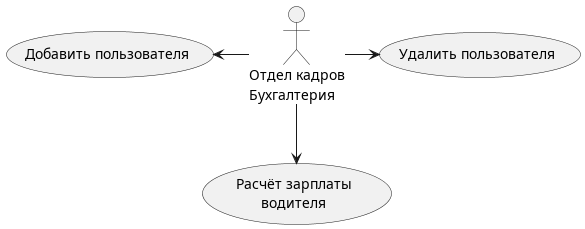
The PlantUML diagram usecase/accountant.png in gur7en/kp4, before a commit.
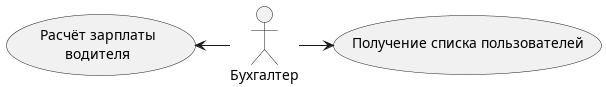
After the change.

The edit, as a diff of the source:
```diff
@@ -1,13 +1,11 @@
 @startuml
 
-actor "Отдел кадров\nБухгалтерия" as accountant
+actor "Бухгалтер" as accountant
 
-usecase "Добавить пользователя" as add_user
-usecase "Удалить пользователя" as del_user
+usecase "Получение списка пользователей" as list_user
 usecase "Расчёт зарплаты\nводителя" as salary_drv
 
-accountant -left-> add_user
-accountant -right-> del_user
-accountant -down-> salary_drv
+accountant -right-> list_user
+accountant -left-> salary_drv
 
 @enduml
```
